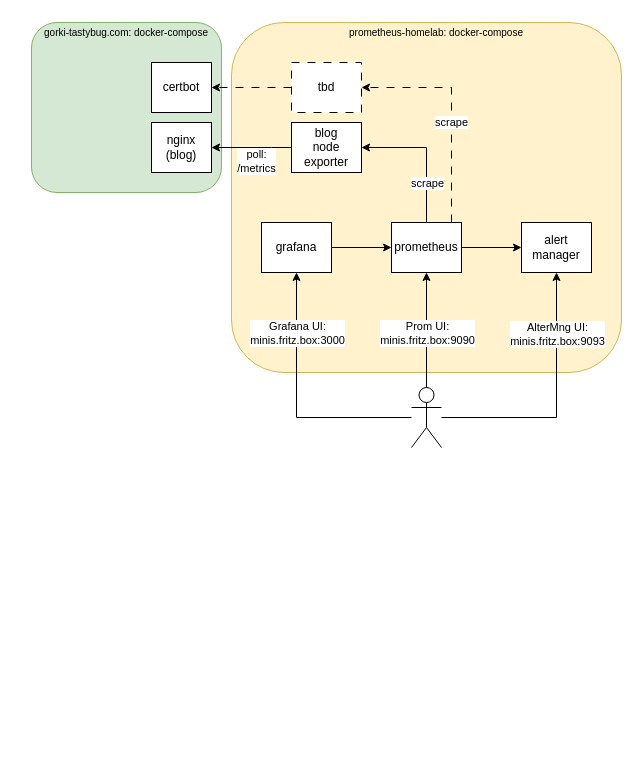
Above: docs/topology-overview.drawio in tastybug/prometheus-homelab (draw.io), before the change. Source tidied: cells renumbered, new cells numbered last; positions are measured from the earlier drawing's top-left corner, leaving out a move shared by most shapes. Both pictures are drawn from the tidied source at 100%, with x=0, y=0 at pixel (31, 17).
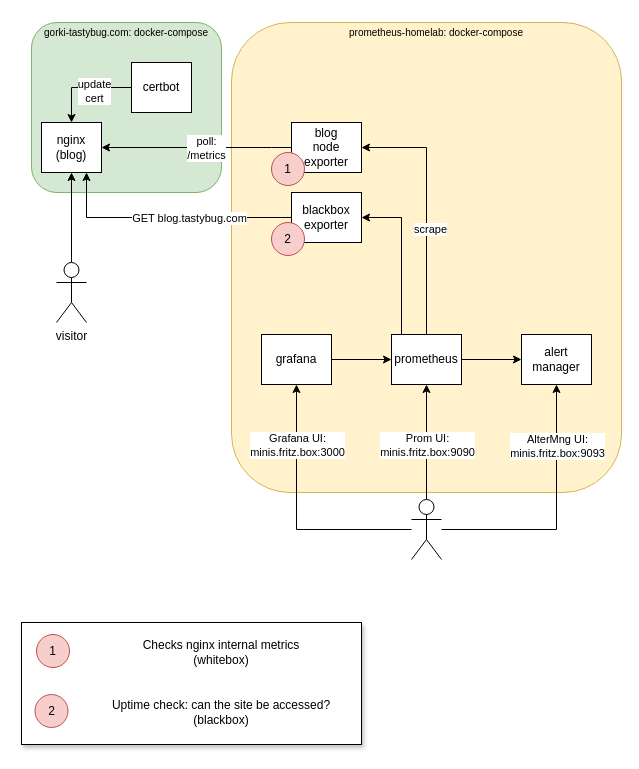
The same diagram, later.

Unchanged cells that the change refers to:
```xml
<mxCell id="5" style="edgeStyle=orthogonalEdgeStyle;rounded=0;jettySize=auto;html=1;entryX=1;entryY=0.5;entryDx=0;entryDy=0;" parent="1" edge="1" source="7" target="4">
  <mxGeometry relative="1" as="geometry">
    <Array as="points">
      <mxPoint x="240" y="130" />
    </Array>
  </mxGeometry>
</mxCell>
```

What changed in the source:
```diff
@@
+    <mxCell id="29" style="rounded=0;whiteSpace=wrap;html=1;shadow=1;" parent="1" vertex="1">
+      <mxGeometry x="-10" y="605" width="340" height="122" as="geometry" />
+    </mxCell>
     <mxCell id="2" style="rounded=1;whiteSpace=wrap;html=1;fillColor=#fff2cc;strokeColor=#d6b656;" parent="1" vertex="1">
-      <mxGeometry x="200" y="5" width="390" height="350" as="geometry" />
+      <mxGeometry x="200" y="5" width="390" height="470" as="geometry" />
     </mxCell>
@@
     <mxCell id="4" value="nginx&lt;div&gt;(blog)&lt;/div&gt;" style="rounded=0;whiteSpace=wrap;html=1;" parent="1" vertex="1">
-      <mxGeometry x="120" y="105" width="60" height="50" as="geometry" />
+      <mxGeometry x="10" y="105" width="60" height="50" as="geometry" />
     </mxCell>
@@
     <mxCell id="6" value="poll:&lt;div&gt;/metrics&lt;/div&gt;" style="edgeLabel;html=1;align=center;verticalAlign=middle;" parent="5" vertex="1">
       <mxGeometry x="-0.08" y="1" relative="1" as="geometry">
-        <mxPoint x="1" y="12" as="offset" />
+        <mxPoint x="1" y="-1" as="offset" />
       </mxGeometry>
     </mxCell>
@@
+    <mxCell id="30" style="edgeStyle=orthogonalEdgeStyle;rounded=0;jettySize=auto;html=1;entryX=0.5;entryY=0;entryDx=0;entryDy=0;" parent="1" edge="1" source="8" target="4">
+      <mxGeometry relative="1" as="geometry" />
+    </mxCell>
+    <mxCell id="31" value="update&lt;div&gt;cert&lt;/div&gt;" style="edgeLabel;html=1;align=center;verticalAlign=middle;" parent="30" vertex="1">
+      <mxGeometry x="-0.2" y="3" relative="1" as="geometry" />
+    </mxCell>
     <mxCell id="8" value="certbot" style="rounded=0;whiteSpace=wrap;html=1;" parent="1" vertex="1">
-      <mxGeometry x="120" y="45" width="60" height="50" as="geometry" />
+      <mxGeometry x="100" y="45" width="60" height="50" as="geometry" />
     </mxCell>
@@
-    <mxCell id="13" style="edgeStyle=orthogonalEdgeStyle;rounded=0;jettySize=auto;html=1;entryX=1;entryY=0.5;entryDx=0;entryDy=0;dashed=1;dashPattern=8 8;" parent="1" edge="1" source="15" target="26">
-      <mxGeometry relative="1" as="geometry">
-        <Array as="points">
-          <mxPoint x="420" y="70" />
-        </Array>
-      </mxGeometry>
-    </mxCell>
-    <mxCell id="14" value="scrape" style="edgeLabel;html=1;align=center;verticalAlign=middle;" parent="13" vertex="1">
-      <mxGeometry x="-0.1" y="1" relative="1" as="geometry" />
-    </mxCell>
+    <mxCell id="32" style="edgeStyle=orthogonalEdgeStyle;rounded=0;jettySize=auto;html=1;entryX=1;entryY=0.5;entryDx=0;entryDy=0;" parent="1" edge="1" source="15" target="35">
+      <mxGeometry relative="1" as="geometry">
+        <Array as="points">
+          <mxPoint x="370" y="200" />
+        </Array>
+      </mxGeometry>
+    </mxCell>
     <mxCell id="15" value="prometheus" style="rounded=0;whiteSpace=wrap;html=1;" parent="1" vertex="1">
-      <mxGeometry x="360" y="205" width="70" height="50" as="geometry" />
+      <mxGeometry x="360" y="317" width="70" height="50" as="geometry" />
     </mxCell>
     <mxCell id="16" value="alert&lt;div&gt;manager&lt;/div&gt;" style="rounded=0;whiteSpace=wrap;html=1;" parent="1" vertex="1">
-      <mxGeometry x="490" y="205" width="70" height="50" as="geometry" />
+      <mxGeometry x="490" y="317" width="70" height="50" as="geometry" />
     </mxCell>
@@
     <mxCell id="24" style="shape=umlActor;verticalLabelPosition=bottom;verticalAlign=top;html=1;outlineConnect=0;" parent="1" vertex="1">
-      <mxGeometry x="380" y="370" width="30" height="60" as="geometry" />
+      <mxGeometry x="380" y="482" width="30" height="60" as="geometry" />
     </mxCell>
-    <mxCell id="25" style="edgeStyle=orthogonalEdgeStyle;rounded=0;jettySize=auto;html=1;entryX=1;entryY=0.5;entryDx=0;entryDy=0;dashed=1;dashPattern=8 8;" parent="1" edge="1" source="26" target="8">
-      <mxGeometry relative="1" as="geometry" />
-    </mxCell>
-    <mxCell id="26" value="tbd" style="rounded=0;whiteSpace=wrap;html=1;dashed=1;dashPattern=8 8;" parent="1" vertex="1">
-      <mxGeometry x="260" y="45" width="70" height="50" as="geometry" />
-    </mxCell>
@@
     <mxCell id="28" value="grafana" style="rounded=0;whiteSpace=wrap;html=1;" parent="1" vertex="1">
-      <mxGeometry x="230" y="205" width="70" height="50" as="geometry" />
+      <mxGeometry x="230" y="317" width="70" height="50" as="geometry" />
     </mxCell>
+    <mxCell id="33" style="edgeStyle=orthogonalEdgeStyle;rounded=0;jettySize=auto;html=1;entryX=0.75;entryY=1;entryDx=0;entryDy=0;" parent="1" edge="1" source="35" target="4">
+      <mxGeometry relative="1" as="geometry" />
+    </mxCell>
+    <mxCell id="34" value="GET blog.tastybug.com" style="edgeLabel;html=1;align=center;verticalAlign=middle;" parent="33" vertex="1">
+      <mxGeometry x="-0.1" relative="1" as="geometry">
+        <mxPoint x="10" as="offset" />
+      </mxGeometry>
+    </mxCell>
+    <mxCell id="35" value="blackbox&lt;br&gt;&lt;div&gt;exporter&lt;/div&gt;" style="rounded=0;whiteSpace=wrap;html=1;" parent="1" vertex="1">
+      <mxGeometry x="260" y="175" width="70" height="50" as="geometry" />
+    </mxCell>
+    <mxCell id="36" style="edgeStyle=orthogonalEdgeStyle;rounded=0;jettySize=auto;html=1;" parent="1" edge="1" source="37" target="4">
+      <mxGeometry relative="1" as="geometry" />
+    </mxCell>
+    <mxCell id="37" value="visitor" style="shape=umlActor;verticalLabelPosition=bottom;verticalAlign=top;html=1;outlineConnect=0;" parent="1" vertex="1">
+      <mxGeometry x="25" y="245" width="30" height="60" as="geometry" />
+    </mxCell>
+    <mxCell id="38" value="1" style="ellipse;whiteSpace=wrap;html=1;fillColor=#f8cecc;strokeColor=#b85450;" parent="1" vertex="1">
+      <mxGeometry x="240" y="135" width="33" height="33" as="geometry" />
+    </mxCell>
+    <mxCell id="39" value="2" style="ellipse;whiteSpace=wrap;html=1;fillColor=#f8cecc;strokeColor=#b85450;" parent="1" vertex="1">
+      <mxGeometry x="240" y="205" width="33" height="33" as="geometry" />
+    </mxCell>
+    <mxCell id="40" value="1" style="ellipse;whiteSpace=wrap;html=1;fillColor=#f8cecc;strokeColor=#b85450;" parent="1" vertex="1">
+      <mxGeometry x="5" y="617" width="33" height="33" as="geometry" />
+    </mxCell>
+    <mxCell id="41" value="Checks nginx internal metrics&lt;div&gt;(whitebox)&lt;/div&gt;" style="text;html=1;align=center;verticalAlign=middle;whiteSpace=wrap;rounded=0;" parent="1" vertex="1">
+      <mxGeometry x="70" y="620" width="240" height="30" as="geometry" />
+    </mxCell>
+    <mxCell id="42" value="2" style="ellipse;whiteSpace=wrap;html=1;fillColor=#f8cecc;strokeColor=#b85450;" parent="1" vertex="1">
+      <mxGeometry x="3.5" y="677" width="33" height="33" as="geometry" />
+    </mxCell>
+    <mxCell id="43" value="Uptime check: can the site be accessed?&lt;div&gt;(blackbox)&lt;/div&gt;" style="text;html=1;align=center;verticalAlign=middle;whiteSpace=wrap;rounded=0;" parent="1" vertex="1">
+      <mxGeometry x="70" y="680" width="240" height="30" as="geometry" />
+    </mxCell>
```
